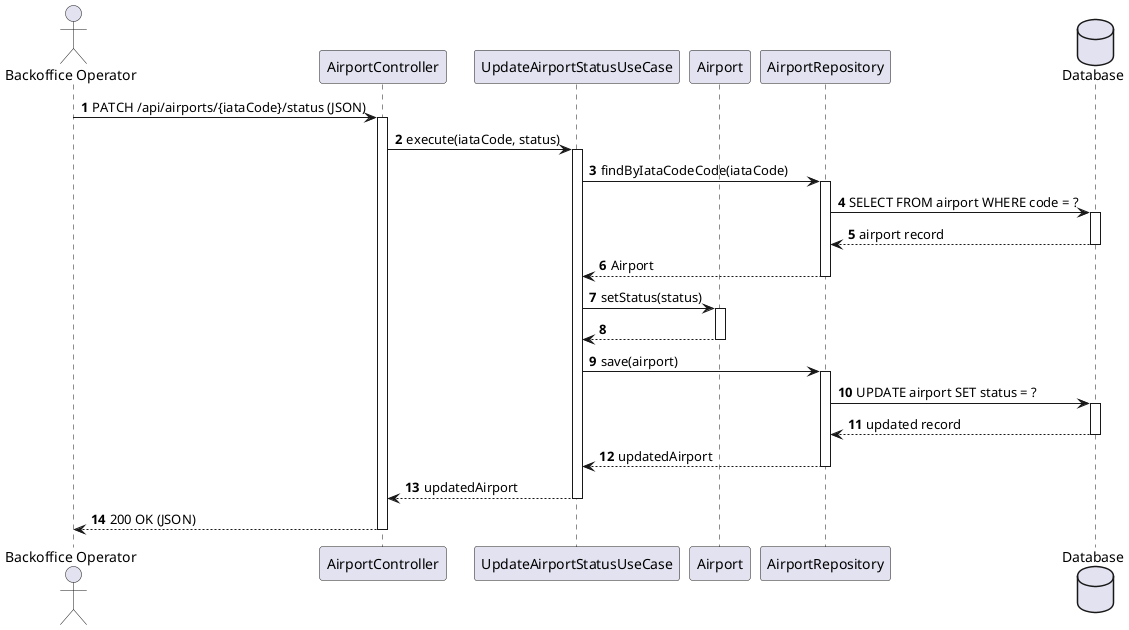
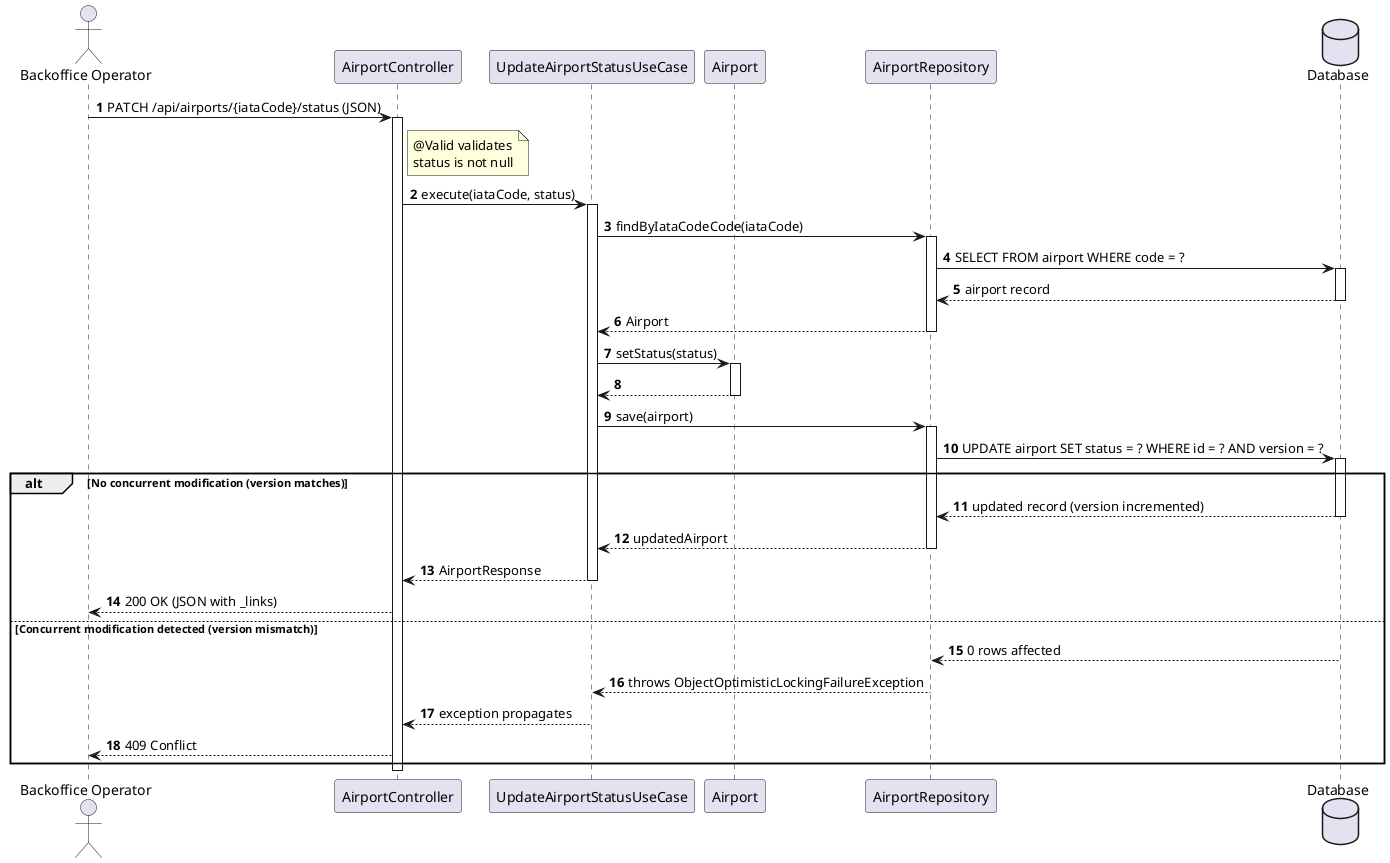
@startuml
autonumber
actor "Backoffice Operator" as BO
participant "AirportController" as Ctrl
participant "UpdateAirportStatusUseCase" as UC
participant "Airport" as Entity
participant "AirportRepository" as Repo
database "Database" as DB

BO -> Ctrl : PATCH /api/airports/{iataCode}/status (JSON)
activate Ctrl
+ 
+ note right of Ctrl : @Valid validates\nstatus is not null

Ctrl -> UC : execute(iataCode, status)
activate UC

UC -> Repo : findByIataCodeCode(iataCode)
activate Repo
Repo -> DB : SELECT FROM airport WHERE code = ?
activate DB
DB --> Repo : airport record
deactivate DB
Repo --> UC : Airport
deactivate Repo

UC -> Entity : setStatus(status)
activate Entity
Entity --> UC
deactivate Entity

UC -> Repo : save(airport)
activate Repo
- Repo -> DB : UPDATE airport SET status = ?
+ Repo -> DB : UPDATE airport SET status = ? WHERE id = ? AND version = ?
activate DB
- DB --> Repo : updated record
- deactivate DB
- Repo --> UC : updatedAirport
- deactivate Repo

- UC --> Ctrl : updatedAirport
- deactivate UC
+ alt No concurrent modification (version matches)
+   DB --> Repo : updated record (version incremented)
+   deactivate DB
+   Repo --> UC : updatedAirport
+   deactivate Repo
+   UC --> Ctrl : AirportResponse
+   deactivate UC
+   Ctrl --> BO : 200 OK (JSON with _links)
+ else Concurrent modification detected (version mismatch)
+   DB --> Repo : 0 rows affected
+   Repo --> UC : throws ObjectOptimisticLockingFailureException
+   UC --> Ctrl : exception propagates
+   Ctrl --> BO : 409 Conflict
+ end

- Ctrl --> BO : 200 OK (JSON)
deactivate Ctrl
@enduml
